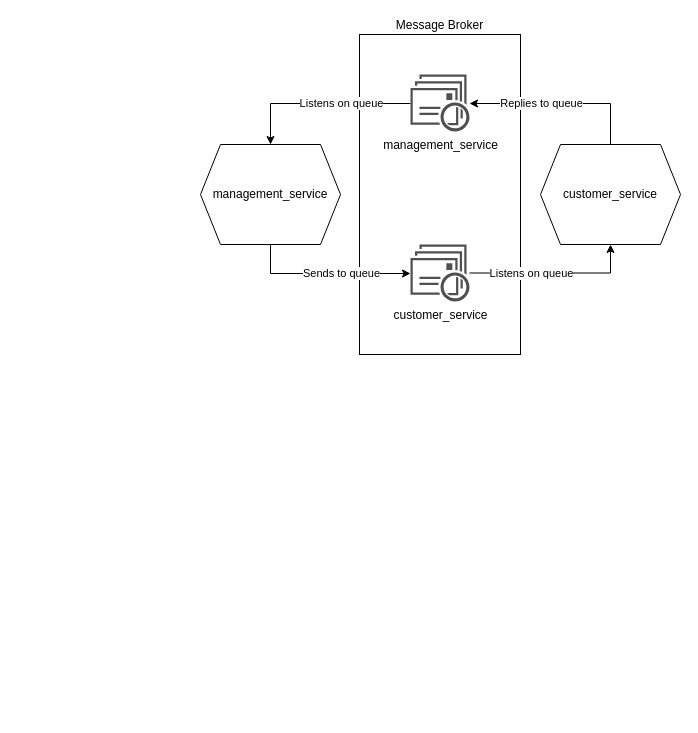
Above: Untitled Diagram.drawio in Rubatharisan/adventure-time (draw.io), before the change. Source tidied: cells renumbered, new cells numbered last; positions are measured from the earlier drawing's top-left corner, leaving out a move shared by most shapes. Both pictures are drawn from the tidied source at 100%, with x=0, y=0 at pixel (200, 34).
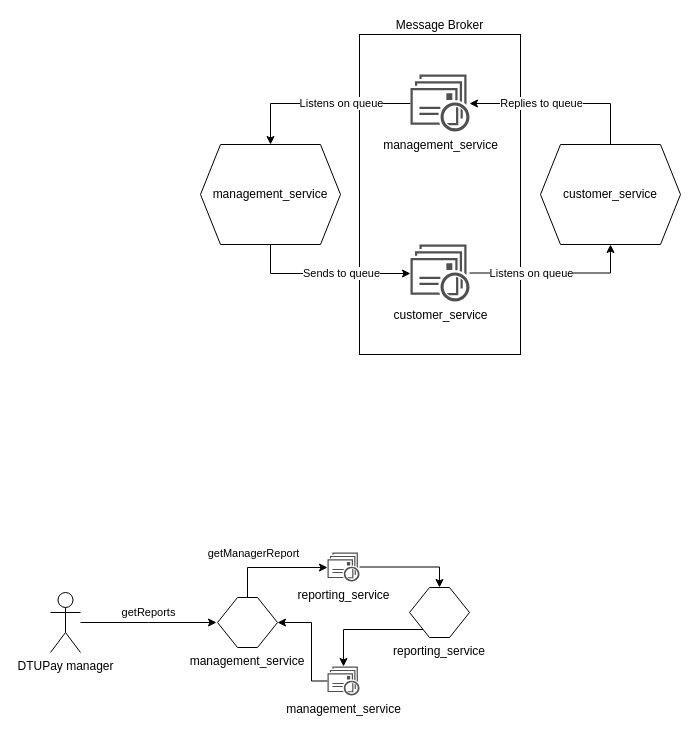
The same diagram, later.

Change to the diagram source:
```diff
@@
+    <mxCell id="15" style="edgeStyle=orthogonalEdgeStyle;rounded=0;jettySize=auto;html=1;startArrow=none;startFill=0;endArrow=classic;endFill=1;" parent="1" edge="1" source="17" target="22">
+      <mxGeometry relative="1" as="geometry">
+        <Array as="points">
+          <mxPoint x="47" y="533" />
+        </Array>
+      </mxGeometry>
+    </mxCell>
+    <mxCell id="16" value="getManagerReport" style="edgeLabel;html=1;align=center;verticalAlign=middle;" parent="15" vertex="1">
+      <mxGeometry x="-0.04" y="2" relative="1" as="geometry">
+        <mxPoint x="-18" y="-13" as="offset" />
+      </mxGeometry>
+    </mxCell>
+    <mxCell id="17" value="management_service" style="shape=hexagon;perimeter=hexagonPerimeter2;whiteSpace=wrap;html=1;fixedSize=1;labelPosition=center;verticalLabelPosition=bottom;align=center;verticalAlign=top;" parent="1" vertex="1">
+      <mxGeometry x="17" y="563" width="60" height="50" as="geometry" />
+    </mxCell>
+    <mxCell id="18" style="edgeStyle=orthogonalEdgeStyle;rounded=0;jettySize=auto;html=1;startArrow=none;startFill=0;endArrow=classic;endFill=1;" parent="1" edge="1" source="20">
+      <mxGeometry relative="1" as="geometry">
+        <mxPoint x="16" y="588" as="targetPoint" />
+      </mxGeometry>
+    </mxCell>
+    <mxCell id="19" value="getReports" style="edgeLabel;html=1;align=center;verticalAlign=middle;" parent="18" vertex="1">
+      <mxGeometry x="-0.26" y="-1" relative="1" as="geometry">
+        <mxPoint x="16" y="-12" as="offset" />
+      </mxGeometry>
+    </mxCell>
+    <mxCell id="20" value="DTUPay manager" style="shape=umlActor;verticalLabelPosition=bottom;verticalAlign=top;html=1;outlineConnect=0;" parent="1" vertex="1">
+      <mxGeometry x="-150" y="558" width="30" height="60" as="geometry" />
+    </mxCell>
+    <mxCell id="21" style="edgeStyle=orthogonalEdgeStyle;rounded=0;jettySize=auto;html=1;startArrow=none;startFill=0;endArrow=classic;endFill=1;" parent="1" edge="1" source="22" target="24">
+      <mxGeometry relative="1" as="geometry" />
+    </mxCell>
+    <mxCell id="22" value="reporting_service" style="shadow=0;dashed=0;html=1;strokeColor=none;fillColor=#505050;labelPosition=center;verticalLabelPosition=bottom;verticalAlign=top;outlineConnect=0;align=center;shape=mxgraph.office.communications.queue_viewer;" parent="1" vertex="1">
+      <mxGeometry x="127" y="518" width="32" height="29" as="geometry" />
+    </mxCell>
+    <mxCell id="23" style="edgeStyle=orthogonalEdgeStyle;rounded=0;jettySize=auto;html=1;startArrow=none;startFill=0;endArrow=classic;endFill=1;" parent="1" edge="1" source="24" target="26">
+      <mxGeometry relative="1" as="geometry">
+        <Array as="points">
+          <mxPoint x="143" y="595" />
+        </Array>
+      </mxGeometry>
+    </mxCell>
+    <mxCell id="24" value="reporting_service" style="shape=hexagon;perimeter=hexagonPerimeter2;whiteSpace=wrap;html=1;fixedSize=1;labelPosition=center;verticalLabelPosition=bottom;align=center;verticalAlign=top;" parent="1" vertex="1">
+      <mxGeometry x="209" y="553" width="60" height="50" as="geometry" />
+    </mxCell>
+    <mxCell id="25" style="edgeStyle=orthogonalEdgeStyle;rounded=0;jettySize=auto;html=1;entryX=1;entryY=0.5;entryDx=0;entryDy=0;startArrow=none;startFill=0;endArrow=classic;endFill=1;" parent="1" edge="1" source="26" target="17">
+      <mxGeometry relative="1" as="geometry">
+        <Array as="points">
+          <mxPoint x="111" y="647" />
+          <mxPoint x="111" y="588" />
+        </Array>
+      </mxGeometry>
+    </mxCell>
+    <mxCell id="26" value="management_service" style="shadow=0;dashed=0;html=1;strokeColor=none;fillColor=#505050;labelPosition=center;verticalLabelPosition=bottom;verticalAlign=top;outlineConnect=0;align=center;shape=mxgraph.office.communications.queue_viewer;" parent="1" vertex="1">
+      <mxGeometry x="127" y="632" width="32" height="29" as="geometry" />
+    </mxCell>
```
